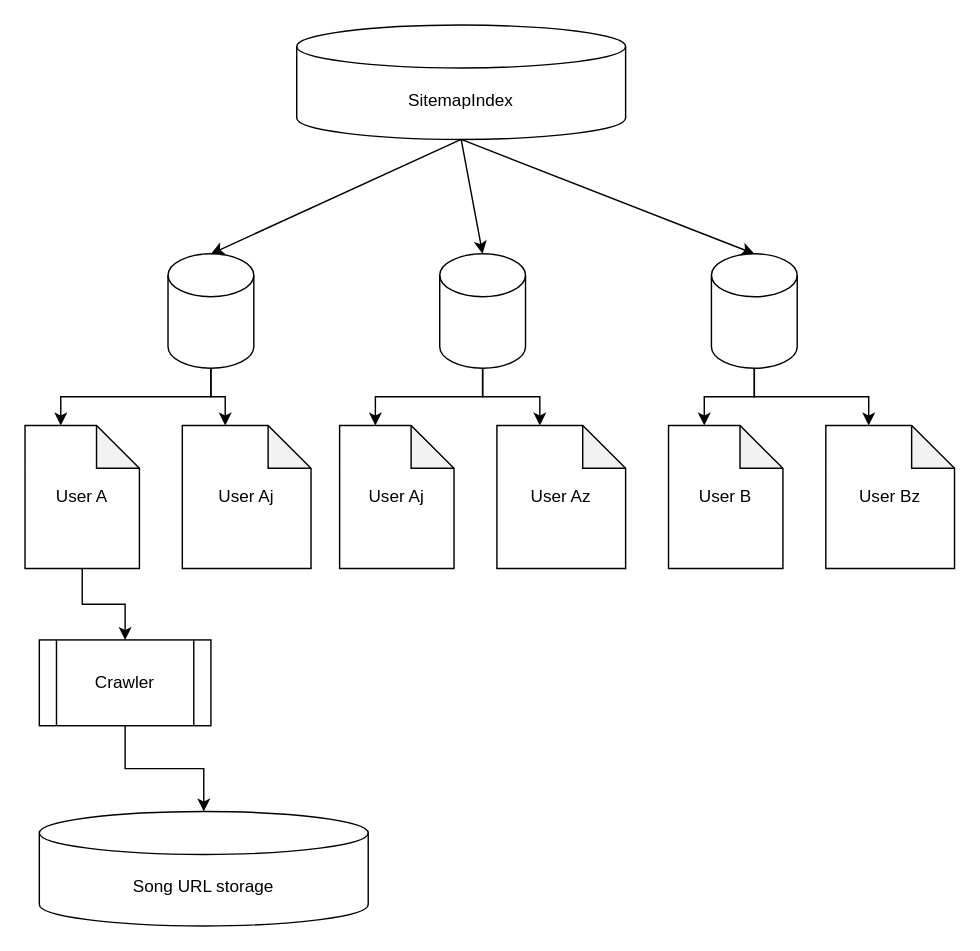
This is page "Page-2" (2 of 2) of SoundCloudScraper.drawio from EricOrrDev/Diagrams, a draw.io file, before an edit. Source tidied: cells renumbered, new cells numbered last; positions are measured from the earlier drawing's top-left corner, leaving out a move shared by most shapes. Both pictures are drawn from the tidied source at 143%, with x=0, y=0 at pixel (24, 24).
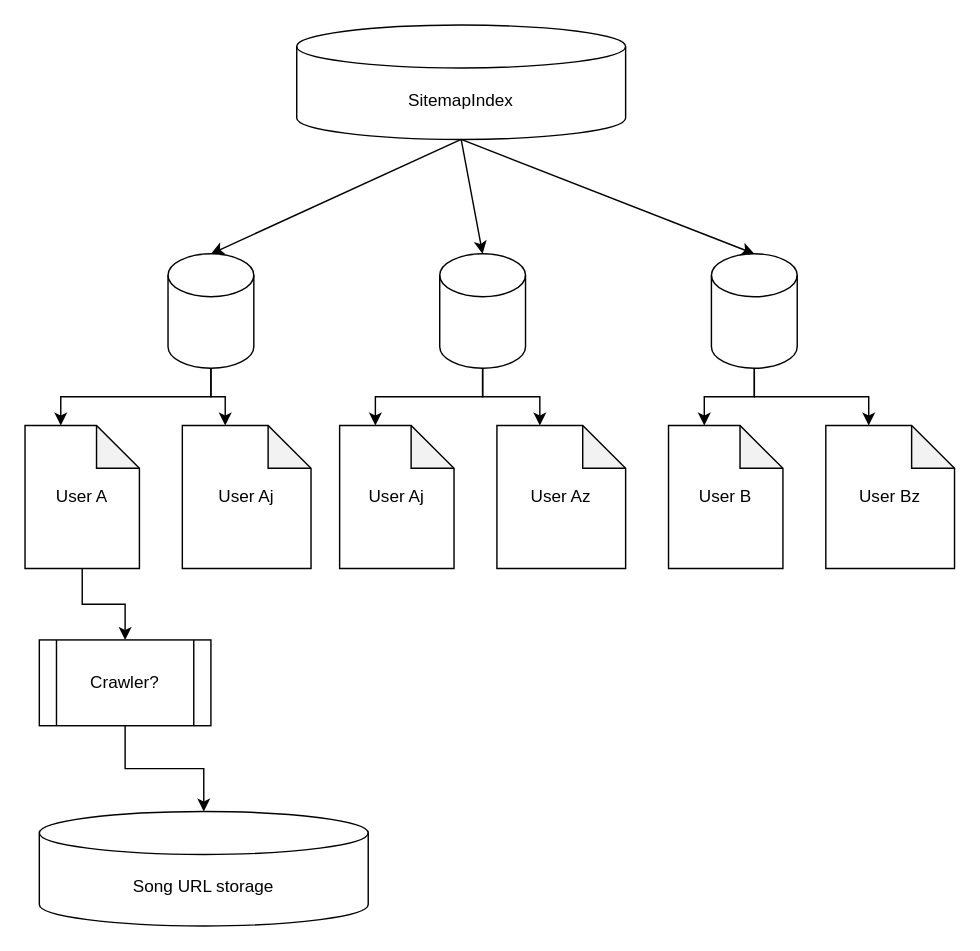
After the change.

What changed in the source:
```diff
@@
-    <mxCell id="22" value="&lt;div&gt;Crawler&lt;/div&gt;" style="shape=process;whiteSpace=wrap;html=1;backgroundOutline=1;" parent="1" vertex="1">
+    <mxCell id="22" value="&lt;div&gt;Crawler?&lt;/div&gt;" style="shape=process;whiteSpace=wrap;html=1;backgroundOutline=1;" parent="1" vertex="1">
       <mxGeometry x="10" y="430" width="120" height="60" as="geometry" />
     </mxCell>
```
